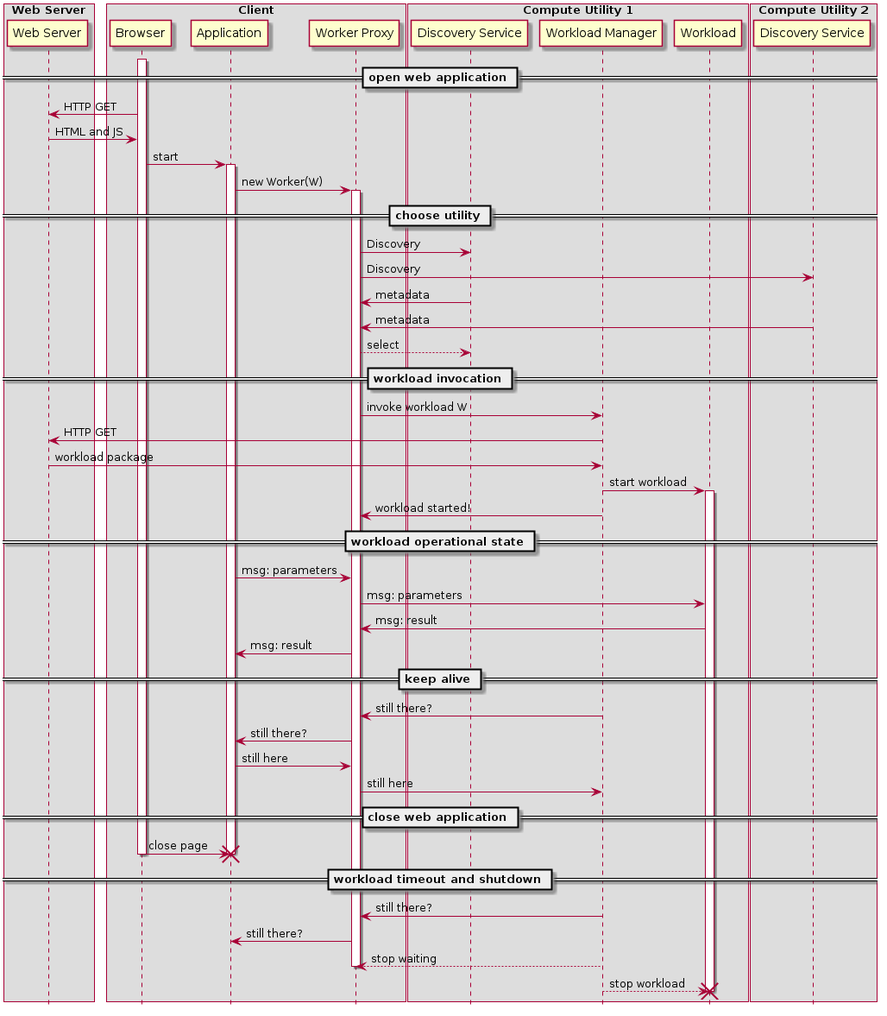
The PlantUML diagram images/DWflow.png in w3c/edge-computing-web-exploration, before a commit. Its source is kept beside it as images/DWflow.puml.
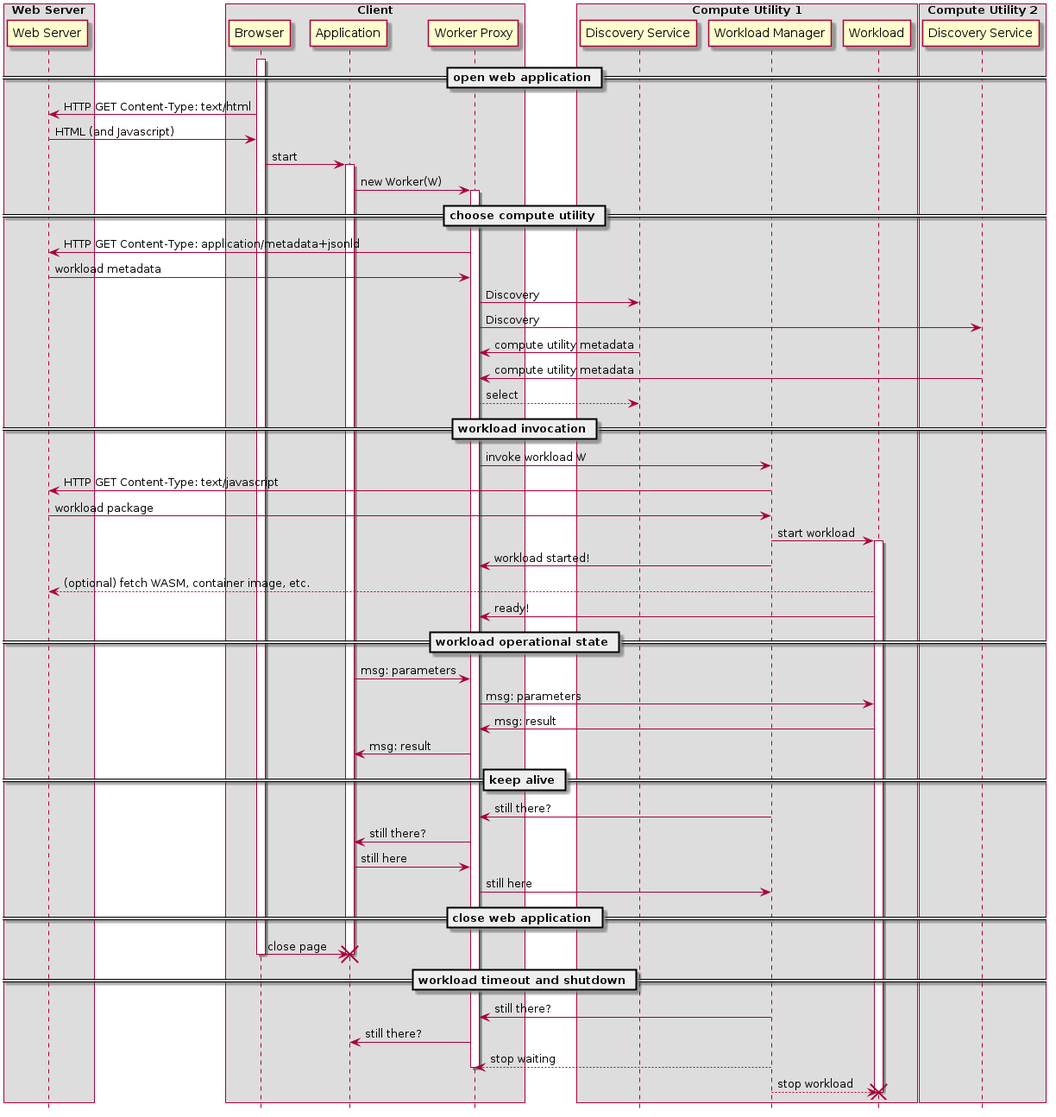
Above is the later version.

The edit, as a diff of the source:
```diff
@@ -24,29 +24,33 @@
 == open web application ==
 
 activate B
-B  -> WS: HTTP GET
-WS -> B: HTML and JS
+B  -> WS: HTTP GET Content-Type: text/html
+WS -> B: HTML (and Javascript)
 B -> A: start
 activate A
 A  -> WP: new Worker(W)
 activate WP
 
-== choose utility ==
+== choose compute utility ==
 
+WP  -> WS: HTTP GET Content-Type: application/metadata+jsonld
+WS  -> WP: workload metadata
 WP  -> DS: Discovery
 WP  -> DS2: Discovery
-DS  -> WP: metadata
-DS2  -> WP: metadata
+DS  -> WP: compute utility metadata
+DS2 -> WP: compute utility metadata
 WP  --> DS: select
 
 == workload invocation ==
 
 WP  -> WM: invoke workload W
-WM  -> WS: HTTP GET
+WM  -> WS: HTTP GET Content-Type: text/javascript
 WS  -> WM: workload package
 WM  -> W: start workload
 activate W
 WM -> WP: workload started!
+W  --> WS: (optional) fetch WASM, container image, etc.
+W  -> WP: ready!
 
 == workload operational state ==
 
```
